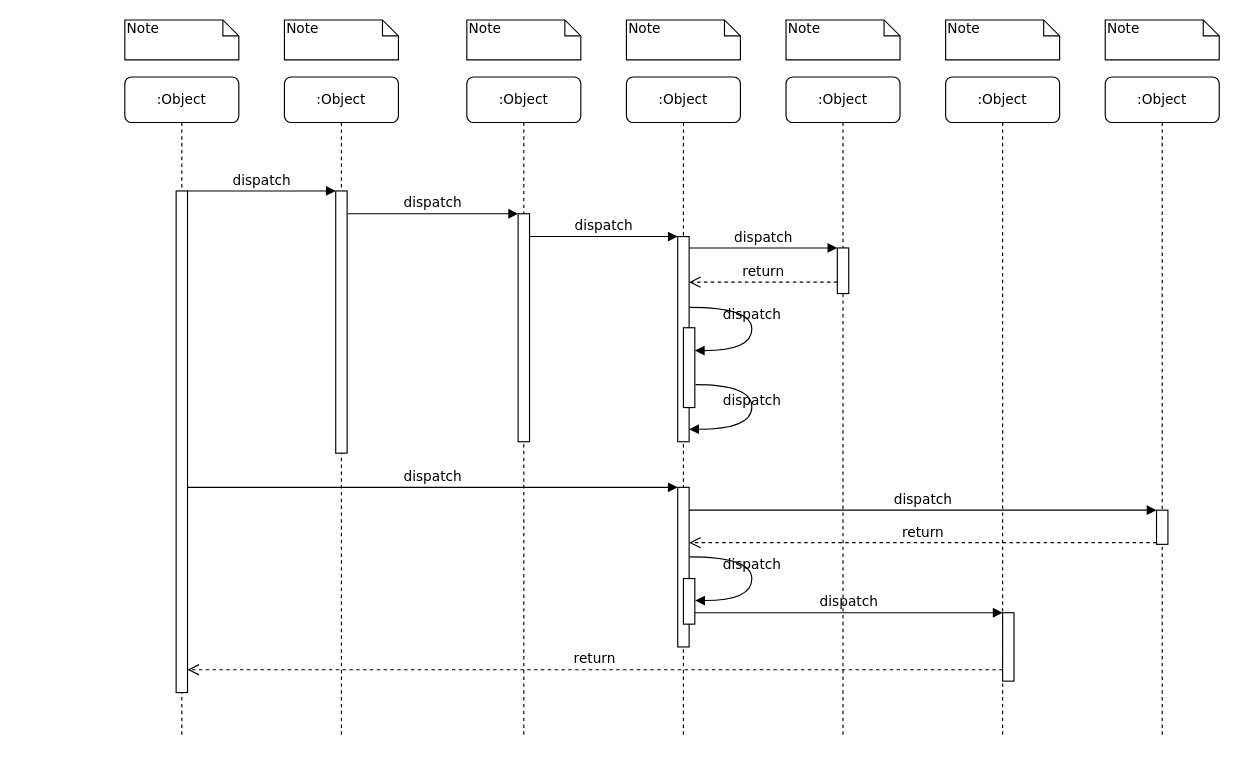
This is Untitled Diagram.drawio from yeyeye233333/Group11, a draw.io file, before an edit. Source tidied: cells renumbered, new cells numbered last; positions are measured from the earlier drawing's top-left corner, leaving out a move shared by most shapes. Both pictures are drawn from the tidied source at 114%, with x=0, y=0 at pixel (124, 19).
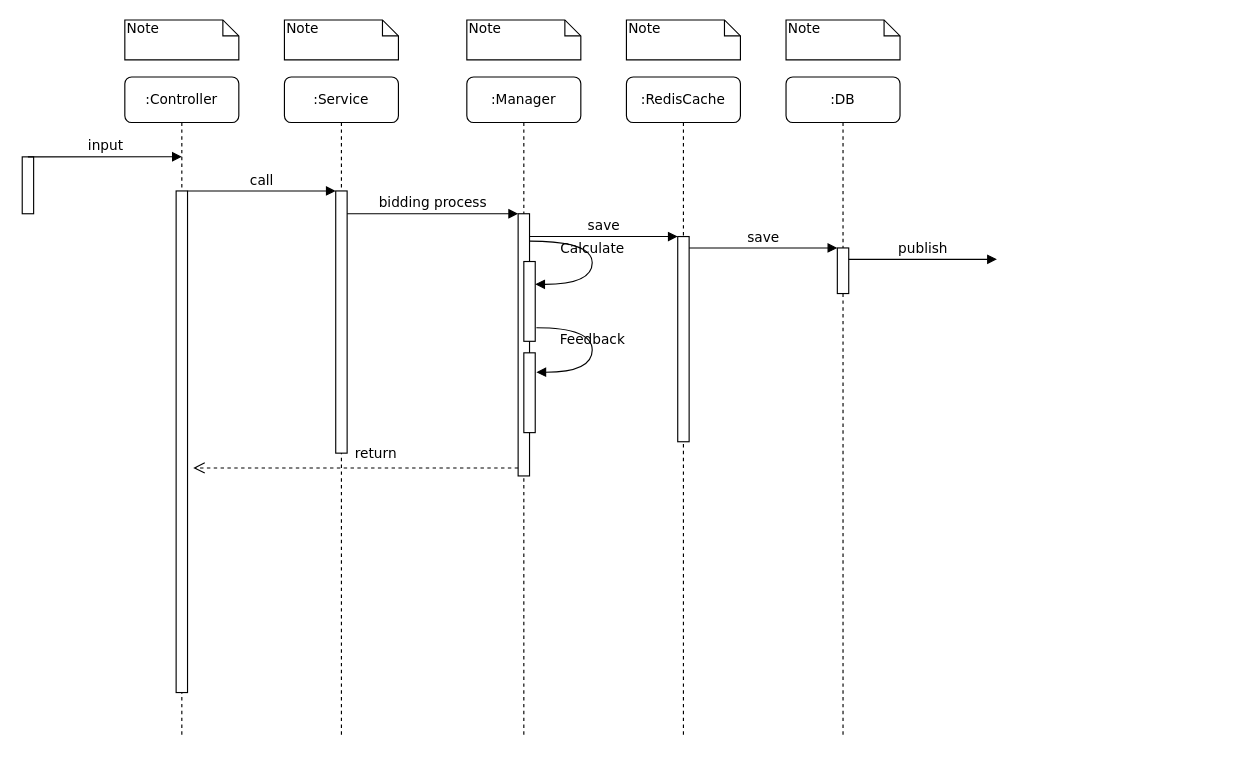
The same page after the edit.

Unchanged cells that the change refers to:
```xml
<mxCell id="3" style="html=1;points=[];perimeter=orthogonalPerimeter;rounded=0;shadow=0;comic=0;labelBackgroundColor=none;strokeWidth=1;fontFamily=Verdana;fontSize=12;align=center;" parent="2" vertex="1">
  <mxGeometry x="45" y="100" width="10" height="230" as="geometry" />
</mxCell>
<mxCell id="11" style="html=1;points=[];perimeter=orthogonalPerimeter;rounded=0;shadow=0;comic=0;labelBackgroundColor=none;strokeWidth=1;fontFamily=Verdana;fontSize=12;align=center;" parent="10" vertex="1">
  <mxGeometry x="45" y="100" width="10" height="440" as="geometry" />
</mxCell>
<mxCell id="12" style="html=1;points=[];perimeter=orthogonalPerimeter;rounded=0;shadow=0;comic=0;labelBackgroundColor=none;strokeWidth=1;fontFamily=Verdana;fontSize=12;align=center;" parent="1" vertex="1">
  <mxGeometry x="485" y="190" width="10" height="180" as="geometry" />
</mxCell>
<mxCell id="14" style="html=1;points=[];perimeter=orthogonalPerimeter;rounded=0;shadow=0;comic=0;labelBackgroundColor=none;strokeWidth=1;fontFamily=Verdana;fontSize=12;align=center;" parent="1" vertex="1">
  <mxGeometry x="625" y="200" width="10" height="40" as="geometry" />
</mxCell>
```

What changed in the source:
```diff
@@
-    <mxCell id="2" value=":Object" style="shape=umlLifeline;perimeter=lifelinePerimeter;whiteSpace=wrap;html=1;rounded=1;shadow=0;comic=0;labelBackgroundColor=none;strokeWidth=1;fontFamily=Verdana;fontSize=12;align=center;" parent="1" vertex="1">
+    <mxCell id="2" value=":Service" style="shape=umlLifeline;perimeter=lifelinePerimeter;whiteSpace=wrap;html=1;rounded=1;shadow=0;comic=0;labelBackgroundColor=none;strokeWidth=1;fontFamily=Verdana;fontSize=12;align=center;" parent="1" vertex="1">
       <mxGeometry x="140" y="50" width="100" height="580" as="geometry" />
     </mxCell>
@@
-    <mxCell id="4" value=":Object" style="shape=umlLifeline;perimeter=lifelinePerimeter;whiteSpace=wrap;html=1;rounded=1;shadow=0;comic=0;labelBackgroundColor=none;strokeWidth=1;fontFamily=Verdana;fontSize=12;align=center;" parent="1" vertex="1">
+    <mxCell id="4" value=":Manager" style="shape=umlLifeline;perimeter=lifelinePerimeter;whiteSpace=wrap;html=1;rounded=1;shadow=0;comic=0;labelBackgroundColor=none;strokeWidth=1;fontFamily=Verdana;fontSize=12;align=center;" parent="1" vertex="1">
       <mxGeometry x="300" y="50" width="100" height="580" as="geometry" />
     </mxCell>
     <mxCell id="5" style="html=1;points=[];perimeter=orthogonalPerimeter;rounded=0;shadow=0;comic=0;labelBackgroundColor=none;strokeWidth=1;fontFamily=Verdana;fontSize=12;align=center;" parent="4" vertex="1">
-      <mxGeometry x="45" y="120" width="10" height="200" as="geometry" />
+      <mxGeometry x="45" y="120" width="10" height="230" as="geometry" />
     </mxCell>
+    <mxCell id="39" style="html=1;points=[];perimeter=orthogonalPerimeter;rounded=0;shadow=0;comic=0;labelBackgroundColor=none;strokeWidth=1;fontFamily=Verdana;fontSize=12;align=center;" parent="4" vertex="1">
+      <mxGeometry x="50" y="161.9" width="10" height="70" as="geometry" />
+    </mxCell>
+    <mxCell id="40" value="Calculate" style="html=1;verticalAlign=bottom;endArrow=block;labelBackgroundColor=none;fontFamily=Verdana;fontSize=12;elbow=vertical;edgeStyle=orthogonalEdgeStyle;curved=1;entryX=1;entryY=0.286;entryPerimeter=0;exitX=1.038;exitY=0.345;exitPerimeter=0;" parent="4" edge="1" target="39">
+      <mxGeometry relative="1" as="geometry">
+        <mxPoint x="55.4" y="144" as="sourcePoint" />
+        <Array as="points">
+          <mxPoint x="110" y="143.9" />
+          <mxPoint x="110" y="181.9" />
+        </Array>
+      </mxGeometry>
+    </mxCell>
+    <mxCell id="41" style="html=1;perimeter=orthogonalPerimeter;rounded=0;shadow=0;comic=0;labelBackgroundColor=none;strokeWidth=1;fontFamily=Verdana;fontSize=12;align=center;" parent="4" vertex="1">
+      <mxGeometry x="50" y="242" width="10" height="70" as="geometry" />
+    </mxCell>
+    <mxCell id="42" value="Feedback" style="html=1;verticalAlign=bottom;endArrow=block;labelBackgroundColor=none;fontFamily=Verdana;fontSize=12;elbow=vertical;edgeStyle=orthogonalEdgeStyle;curved=1;" parent="4" edge="1">
+      <mxGeometry relative="1" as="geometry">
+        <mxPoint x="61" y="220" as="sourcePoint" />
+        <mxPoint x="61" y="259" as="targetPoint" />
+        <Array as="points">
+          <mxPoint x="110" y="220.1" />
+          <mxPoint x="110" y="259.1" />
+        </Array>
+      </mxGeometry>
+    </mxCell>
-    <mxCell id="6" value=":Object" style="shape=umlLifeline;perimeter=lifelinePerimeter;whiteSpace=wrap;html=1;rounded=1;shadow=0;comic=0;labelBackgroundColor=none;strokeWidth=1;fontFamily=Verdana;fontSize=12;align=center;" parent="1" vertex="1">
+    <mxCell id="6" value=":RedisCache" style="shape=umlLifeline;perimeter=lifelinePerimeter;whiteSpace=wrap;html=1;rounded=1;shadow=0;comic=0;labelBackgroundColor=none;strokeWidth=1;fontFamily=Verdana;fontSize=12;align=center;" parent="1" vertex="1">
       <mxGeometry x="440" y="50" width="100" height="580" as="geometry" />
     </mxCell>
-    <mxCell id="7" value=":Object" style="shape=umlLifeline;perimeter=lifelinePerimeter;whiteSpace=wrap;html=1;rounded=1;shadow=0;comic=0;labelBackgroundColor=none;strokeWidth=1;fontFamily=Verdana;fontSize=12;align=center;" parent="1" vertex="1">
+    <mxCell id="7" value=":DB" style="shape=umlLifeline;perimeter=lifelinePerimeter;whiteSpace=wrap;html=1;rounded=1;shadow=0;comic=0;labelBackgroundColor=none;strokeWidth=1;fontFamily=Verdana;fontSize=12;align=center;" parent="1" vertex="1">
       <mxGeometry x="580" y="50" width="100" height="580" as="geometry" />
     </mxCell>
-    <mxCell id="8" value=":Object" style="shape=umlLifeline;perimeter=lifelinePerimeter;whiteSpace=wrap;html=1;rounded=1;shadow=0;comic=0;labelBackgroundColor=none;strokeWidth=1;fontFamily=Verdana;fontSize=12;align=center;" parent="1" vertex="1">
-      <mxGeometry x="720" y="50" width="100" height="580" as="geometry" />
-    </mxCell>
-    <mxCell id="9" value=":Object" style="shape=umlLifeline;perimeter=lifelinePerimeter;whiteSpace=wrap;html=1;rounded=1;shadow=0;comic=0;labelBackgroundColor=none;strokeWidth=1;fontFamily=Verdana;fontSize=12;align=center;" parent="1" vertex="1">
-      <mxGeometry x="860" y="50" width="100" height="580" as="geometry" />
-    </mxCell>
-    <mxCell id="10" value=":Object" style="shape=umlLifeline;perimeter=lifelinePerimeter;whiteSpace=wrap;html=1;rounded=1;shadow=0;comic=0;labelBackgroundColor=none;strokeWidth=1;fontFamily=Verdana;fontSize=12;align=center;" parent="1" vertex="1">
+    <mxCell id="10" value=":Controller" style="shape=umlLifeline;perimeter=lifelinePerimeter;whiteSpace=wrap;html=1;rounded=1;shadow=0;comic=0;labelBackgroundColor=none;strokeWidth=1;fontFamily=Verdana;fontSize=12;align=center;" parent="1" vertex="1">
       <mxGeometry y="50" width="100" height="580" as="geometry" />
     </mxCell>
@@
-    <mxCell id="13" value="dispatch" style="html=1;verticalAlign=bottom;endArrow=block;labelBackgroundColor=none;fontFamily=Verdana;fontSize=12;edgeStyle=elbowEdgeStyle;elbow=vertical;" parent="1" edge="1" source="5" target="12">
+    <mxCell id="13" value="save" style="html=1;verticalAlign=bottom;endArrow=block;labelBackgroundColor=none;fontFamily=Verdana;fontSize=12;edgeStyle=elbowEdgeStyle;elbow=vertical;" parent="1" edge="1" source="5" target="12">
       <mxGeometry relative="1" as="geometry">
         <Array as="points">
           <mxPoint x="360" y="190" />
         </Array>
       </mxGeometry>
     </mxCell>
@@
-    <mxCell id="15" value="dispatch" style="html=1;verticalAlign=bottom;endArrow=block;entryX=0;entryY=0;labelBackgroundColor=none;fontFamily=Verdana;fontSize=12;edgeStyle=elbowEdgeStyle;elbow=vertical;" parent="1" edge="1" source="12" target="14">
+    <mxCell id="15" value="save" style="html=1;verticalAlign=bottom;endArrow=block;entryX=0;entryY=0;labelBackgroundColor=none;fontFamily=Verdana;fontSize=12;edgeStyle=elbowEdgeStyle;elbow=vertical;" parent="1" edge="1" source="12" target="14">
       <mxGeometry relative="1" as="geometry" />
     </mxCell>
-    <mxCell id="16" value="return" style="html=1;verticalAlign=bottom;endArrow=open;dashed=1;endSize=8;labelBackgroundColor=none;fontFamily=Verdana;fontSize=12;edgeStyle=elbowEdgeStyle;elbow=vertical;" parent="1" edge="1" source="14" target="12">
-      <mxGeometry relative="1" as="geometry">
-        <Array as="points">
-          <mxPoint x="570" y="230" />
-          <mxPoint x="600" y="230" />
-        </Array>
-      </mxGeometry>
-    </mxCell>
-    <mxCell id="17" style="html=1;points=[];perimeter=orthogonalPerimeter;rounded=0;shadow=0;comic=0;labelBackgroundColor=none;strokeWidth=1;fontFamily=Verdana;fontSize=12;align=center;" parent="1" vertex="1">
-      <mxGeometry x="485" y="410" width="10" height="140" as="geometry" />
-    </mxCell>
-    <mxCell id="18" value="dispatch" style="html=1;verticalAlign=bottom;endArrow=block;entryX=0;entryY=0;labelBackgroundColor=none;fontFamily=Verdana;fontSize=12;" parent="1" edge="1" source="11" target="17">
-      <mxGeometry relative="1" as="geometry" />
-    </mxCell>
-    <mxCell id="19" style="html=1;points=[];perimeter=orthogonalPerimeter;rounded=0;shadow=0;comic=0;labelBackgroundColor=none;strokeColor=#000000;strokeWidth=1;fillColor=#FFFFFF;fontFamily=Verdana;fontSize=12;fontColor=#000000;align=center;" parent="1" vertex="1">
-      <mxGeometry x="905" y="430" width="10" height="30" as="geometry" />
-    </mxCell>
-    <mxCell id="20" value="dispatch" style="html=1;verticalAlign=bottom;endArrow=block;entryX=0;entryY=0;labelBackgroundColor=none;fontFamily=Verdana;fontSize=12;" parent="1" edge="1" source="17" target="19">
-      <mxGeometry relative="1" as="geometry" />
-    </mxCell>
-    <mxCell id="21" value="return" style="html=1;verticalAlign=bottom;endArrow=open;dashed=1;endSize=8;exitX=0;exitY=0.95;labelBackgroundColor=none;fontFamily=Verdana;fontSize=12;" parent="1" edge="1" source="19" target="17">
-      <mxGeometry relative="1" as="geometry" />
-    </mxCell>
-    <mxCell id="22" style="html=1;points=[];perimeter=orthogonalPerimeter;rounded=0;shadow=0;comic=0;labelBackgroundColor=none;strokeWidth=1;fontFamily=Verdana;fontSize=12;align=center;" parent="1" vertex="1">
-      <mxGeometry x="770" y="520" width="10" height="60" as="geometry" />
-    </mxCell>
-    <mxCell id="23" value="dispatch" style="html=1;verticalAlign=bottom;endArrow=block;entryX=0;entryY=0;labelBackgroundColor=none;fontFamily=Verdana;fontSize=12;edgeStyle=elbowEdgeStyle;elbow=vertical;" parent="1" edge="1" source="30" target="22">
-      <mxGeometry relative="1" as="geometry" />
-    </mxCell>
-    <mxCell id="24" value="return" style="html=1;verticalAlign=bottom;endArrow=open;dashed=1;endSize=8;labelBackgroundColor=none;fontFamily=Verdana;fontSize=12;edgeStyle=elbowEdgeStyle;elbow=vertical;" parent="1" edge="1" source="22" target="11">
-      <mxGeometry relative="1" as="geometry">
-        <Array as="points">
-          <mxPoint x="470" y="570" />
-        </Array>
-      </mxGeometry>
-    </mxCell>
-    <mxCell id="25" value="dispatch" style="html=1;verticalAlign=bottom;endArrow=block;entryX=0;entryY=0;labelBackgroundColor=none;fontFamily=Verdana;fontSize=12;edgeStyle=elbowEdgeStyle;elbow=vertical;" parent="1" edge="1" source="11" target="3">
+    <mxCell id="25" value="call" style="html=1;verticalAlign=bottom;endArrow=block;entryX=0;entryY=0;labelBackgroundColor=none;fontFamily=Verdana;fontSize=12;edgeStyle=elbowEdgeStyle;elbow=vertical;" parent="1" edge="1" source="11" target="3">
       <mxGeometry relative="1" as="geometry" />
     </mxCell>
-    <mxCell id="26" value="dispatch" style="html=1;verticalAlign=bottom;endArrow=block;entryX=0;entryY=0;labelBackgroundColor=none;fontFamily=Verdana;fontSize=12;edgeStyle=elbowEdgeStyle;elbow=vertical;" parent="1" edge="1" source="3" target="5">
+    <mxCell id="26" value="bidding process" style="html=1;verticalAlign=bottom;endArrow=block;entryX=0;entryY=0;labelBackgroundColor=none;fontFamily=Verdana;fontSize=12;edgeStyle=elbowEdgeStyle;elbow=vertical;" parent="1" edge="1" source="3" target="5">
       <mxGeometry relative="1" as="geometry" />
     </mxCell>
-    <mxCell id="27" style="html=1;points=[];perimeter=orthogonalPerimeter;rounded=0;shadow=0;comic=0;labelBackgroundColor=none;strokeWidth=1;fontFamily=Verdana;fontSize=12;align=center;" parent="1" vertex="1">
-      <mxGeometry x="490" y="270" width="10" height="70" as="geometry" />
-    </mxCell>
-    <mxCell id="28" value="dispatch" style="html=1;verticalAlign=bottom;endArrow=block;labelBackgroundColor=none;fontFamily=Verdana;fontSize=12;elbow=vertical;edgeStyle=orthogonalEdgeStyle;curved=1;entryX=1;entryY=0.286;entryPerimeter=0;exitX=1.038;exitY=0.345;exitPerimeter=0;" parent="1" edge="1" source="12" target="27">
-      <mxGeometry relative="1" as="geometry">
-        <Array as="points">
-          <mxPoint x="550" y="252" />
-          <mxPoint x="550" y="290" />
-        </Array>
-      </mxGeometry>
-    </mxCell>
-    <mxCell id="29" value="dispatch" style="html=1;verticalAlign=bottom;endArrow=block;labelBackgroundColor=none;fontFamily=Verdana;fontSize=12;elbow=vertical;edgeStyle=orthogonalEdgeStyle;curved=1;exitX=1.066;exitY=0.713;exitPerimeter=0;" parent="1" edge="1" source="27">
-      <mxGeometry relative="1" as="geometry">
-        <mxPoint x="495" y="359" as="targetPoint" />
-        <Array as="points">
-          <mxPoint x="550" y="320" />
-          <mxPoint x="550" y="359" />
-        </Array>
-      </mxGeometry>
-    </mxCell>
-    <mxCell id="30" style="html=1;points=[];perimeter=orthogonalPerimeter;rounded=0;shadow=0;comic=0;labelBackgroundColor=none;strokeWidth=1;fontFamily=Verdana;fontSize=12;align=center;" parent="1" vertex="1">
-      <mxGeometry x="490" y="490" width="10" height="40" as="geometry" />
-    </mxCell>
-    <mxCell id="31" value="dispatch" style="html=1;verticalAlign=bottom;endArrow=block;labelBackgroundColor=none;fontFamily=Verdana;fontSize=12;elbow=vertical;edgeStyle=orthogonalEdgeStyle;curved=1;entryX=1;entryY=0.286;entryPerimeter=0;exitX=1.038;exitY=0.345;exitPerimeter=0;" parent="1" edge="1">
-      <mxGeometry relative="1" as="geometry">
-        <mxPoint x="495.3" y="471" as="sourcePoint" />
-        <mxPoint x="500.3" y="509.3" as="targetPoint" />
-        <Array as="points">
-          <mxPoint x="550" y="471" />
-          <mxPoint x="550" y="509" />
-        </Array>
-      </mxGeometry>
-    </mxCell>
@@
-    <mxCell id="37" value="Note" style="shape=note;whiteSpace=wrap;html=1;size=14;verticalAlign=top;align=left;spacingTop=-6;rounded=0;shadow=0;comic=0;labelBackgroundColor=none;strokeWidth=1;fontFamily=Verdana;fontSize=12;" parent="1" vertex="1">
-      <mxGeometry x="720" width="100" height="35" as="geometry" />
-    </mxCell>
-    <mxCell id="38" value="Note" style="shape=note;whiteSpace=wrap;html=1;size=14;verticalAlign=top;align=left;spacingTop=-6;rounded=0;shadow=0;comic=0;labelBackgroundColor=none;strokeWidth=1;fontFamily=Verdana;fontSize=12;" parent="1" vertex="1">
-      <mxGeometry x="860" width="100" height="35" as="geometry" />
-    </mxCell>
+    <mxCell id="43" style="html=1;points=[];perimeter=orthogonalPerimeter;rounded=0;shadow=0;comic=0;labelBackgroundColor=none;strokeWidth=1;fontFamily=Verdana;fontSize=12;align=center;" parent="1" vertex="1">
+      <mxGeometry x="-90" y="120.1" width="10" height="49.9" as="geometry" />
+    </mxCell>
+    <mxCell id="44" value="input" style="html=1;verticalAlign=bottom;endArrow=block;entryX=0;entryY=0;labelBackgroundColor=none;fontFamily=Verdana;fontSize=12;edgeStyle=elbowEdgeStyle;elbow=vertical;" parent="1" edge="1" source="43">
+      <mxGeometry relative="1" as="geometry">
+        <mxPoint x="50" y="120.1" as="targetPoint" />
+      </mxGeometry>
+    </mxCell>
+    <mxCell id="45" value="return" style="html=1;verticalAlign=bottom;endArrow=open;dashed=1;endSize=8;labelBackgroundColor=none;fontFamily=Verdana;fontSize=12;edgeStyle=elbowEdgeStyle;elbow=vertical;" parent="1" edge="1">
+      <mxGeometry x="-0.12" y="-3" relative="1" as="geometry">
+        <mxPoint x="345" y="393" as="sourcePoint" />
+        <mxPoint x="60" y="393" as="targetPoint" />
+      </mxGeometry>
+    </mxCell>
+    <mxCell id="46" value="publish" style="html=1;verticalAlign=bottom;endArrow=block;entryX=0;entryY=0;labelBackgroundColor=none;fontFamily=Verdana;fontSize=12;edgeStyle=elbowEdgeStyle;elbow=vertical;" parent="1" edge="1">
+      <mxGeometry relative="1" as="geometry">
+        <mxPoint x="635" y="210" as="sourcePoint" />
+        <mxPoint x="765" y="210" as="targetPoint" />
+      </mxGeometry>
+    </mxCell>
```
